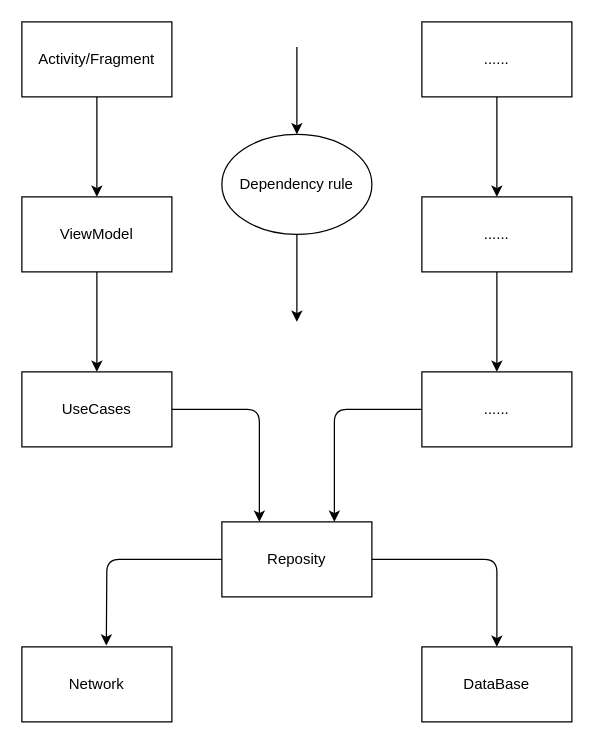
This is Untitled Diagram.drawio from whereareu/StepByStep, a draw.io file, before an edit. Source tidied: cells renumbered, new cells numbered last; positions are measured from the earlier drawing's top-left corner, leaving out a move shared by most shapes. Both pictures are drawn from the tidied source at 125%, with x=0, y=0 at pixel (21, 21).
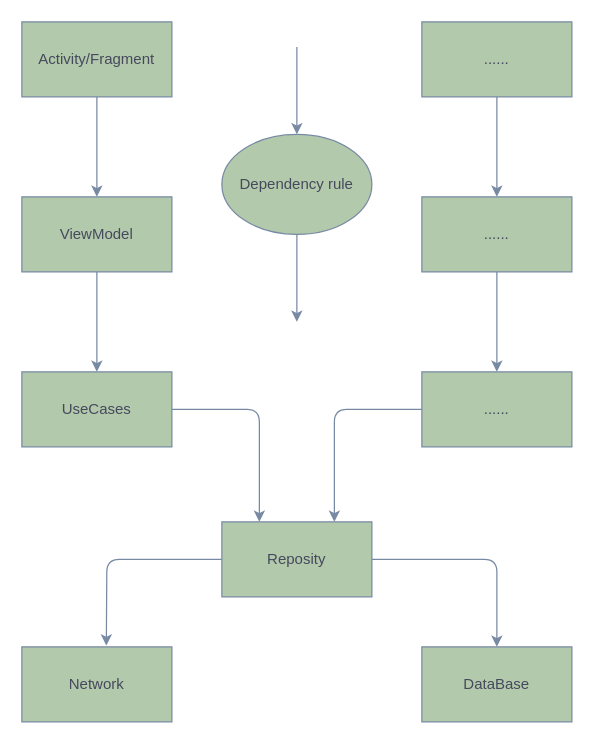
The same diagram, later.

What changed in the source:
```diff
@@
-    <mxCell id="2" value="Network" style="rounded=0;whiteSpace=wrap;html=1;" parent="1" vertex="1">
+    <mxCell id="2" value="Network" style="rounded=0;whiteSpace=wrap;html=1;fillColor=#B2C9AB;strokeColor=#788AA3;fontColor=#46495D;" parent="1" vertex="1">
       <mxGeometry y="500" width="120" height="60" as="geometry" />
     </mxCell>
-    <mxCell id="3" value="DataBase" style="rounded=0;whiteSpace=wrap;html=1;" parent="1" vertex="1">
+    <mxCell id="3" value="DataBase" style="rounded=0;whiteSpace=wrap;html=1;fillColor=#B2C9AB;strokeColor=#788AA3;fontColor=#46495D;" parent="1" vertex="1">
       <mxGeometry x="320" y="500" width="120" height="60" as="geometry" />
     </mxCell>
-    <mxCell id="4" value="Reposity" style="rounded=0;whiteSpace=wrap;html=1;" parent="1" vertex="1">
+    <mxCell id="4" value="Reposity" style="rounded=0;whiteSpace=wrap;html=1;fillColor=#B2C9AB;strokeColor=#788AA3;fontColor=#46495D;" parent="1" vertex="1">
       <mxGeometry x="160" y="400" width="120" height="60" as="geometry" />
     </mxCell>
-    <mxCell id="5" style="endArrow=classic;html=1;exitX=1;exitY=0.5;exitDx=0;exitDy=0;entryX=0.5;entryY=0;entryDx=0;entryDy=0;" parent="1" edge="1" source="4" target="3">
+    <mxCell id="5" style="endArrow=classic;html=1;exitX=1;exitY=0.5;exitDx=0;exitDy=0;entryX=0.5;entryY=0;entryDx=0;entryDy=0;strokeColor=#788AA3;fontColor=#46495D;" parent="1" edge="1" source="4" target="3">
       <mxGeometry relative="1" as="geometry">
         <Array as="points">
           <mxPoint x="380" y="430" />
         </Array>
       </mxGeometry>
     </mxCell>
-    <mxCell id="6" style="endArrow=classic;html=1;exitX=0;exitY=0.5;exitDx=0;exitDy=0;entryX=0.563;entryY=-0.017;entryDx=0;entryDy=0;entryPerimeter=0;" parent="1" edge="1" source="4" target="2">
+    <mxCell id="6" style="endArrow=classic;html=1;exitX=0;exitY=0.5;exitDx=0;exitDy=0;entryX=0.563;entryY=-0.017;entryDx=0;entryDy=0;entryPerimeter=0;strokeColor=#788AA3;fontColor=#46495D;" parent="1" edge="1" source="4" target="2">
       <mxGeometry relative="1" as="geometry">
         <Array as="points">
           <mxPoint x="68" y="430" />
         </Array>
       </mxGeometry>
     </mxCell>
-    <mxCell id="7" value="UseCases" style="rounded=0;whiteSpace=wrap;html=1;" parent="1" vertex="1">
+    <mxCell id="7" value="UseCases" style="rounded=0;whiteSpace=wrap;html=1;fillColor=#B2C9AB;strokeColor=#788AA3;fontColor=#46495D;" parent="1" vertex="1">
       <mxGeometry y="280" width="120" height="60" as="geometry" />
     </mxCell>
-    <mxCell id="8" value="......" style="rounded=0;whiteSpace=wrap;html=1;" parent="1" vertex="1">
+    <mxCell id="8" value="......" style="rounded=0;whiteSpace=wrap;html=1;fillColor=#B2C9AB;strokeColor=#788AA3;fontColor=#46495D;" parent="1" vertex="1">
       <mxGeometry x="320" y="280" width="120" height="60" as="geometry" />
     </mxCell>
-    <mxCell id="9" style="endArrow=classic;html=1;exitX=0;exitY=0.5;exitDx=0;exitDy=0;entryX=0.75;entryY=0;entryDx=0;entryDy=0;" parent="1" edge="1" source="8" target="4">
+    <mxCell id="9" style="endArrow=classic;html=1;exitX=0;exitY=0.5;exitDx=0;exitDy=0;entryX=0.75;entryY=0;entryDx=0;entryDy=0;strokeColor=#788AA3;fontColor=#46495D;" parent="1" edge="1" source="8" target="4">
       <mxGeometry relative="1" as="geometry">
         <Array as="points">
           <mxPoint x="250" y="310" />
         </Array>
       </mxGeometry>
     </mxCell>
-    <mxCell id="10" style="endArrow=classic;html=1;exitX=1;exitY=0.5;exitDx=0;exitDy=0;entryX=0.25;entryY=0;entryDx=0;entryDy=0;" parent="1" edge="1" source="7" target="4">
+    <mxCell id="10" style="endArrow=classic;html=1;exitX=1;exitY=0.5;exitDx=0;exitDy=0;entryX=0.25;entryY=0;entryDx=0;entryDy=0;strokeColor=#788AA3;fontColor=#46495D;" parent="1" edge="1" source="7" target="4">
       <mxGeometry relative="1" as="geometry">
         <Array as="points">
           <mxPoint x="190" y="310" />
         </Array>
       </mxGeometry>
     </mxCell>
-    <mxCell id="11" value="......" style="rounded=0;whiteSpace=wrap;html=1;" parent="1" vertex="1">
+    <mxCell id="11" value="......" style="rounded=0;whiteSpace=wrap;html=1;fillColor=#B2C9AB;strokeColor=#788AA3;fontColor=#46495D;" parent="1" vertex="1">
       <mxGeometry x="320" y="140" width="120" height="60" as="geometry" />
     </mxCell>
-    <mxCell id="12" value="ViewModel" style="rounded=0;whiteSpace=wrap;html=1;" parent="1" vertex="1">
+    <mxCell id="12" value="ViewModel" style="rounded=0;whiteSpace=wrap;html=1;fillColor=#B2C9AB;strokeColor=#788AA3;fontColor=#46495D;" parent="1" vertex="1">
       <mxGeometry y="140" width="120" height="60" as="geometry" />
     </mxCell>
-    <mxCell id="13" value="&lt;span&gt;Activity/Fragment&lt;/span&gt;" style="rounded=0;whiteSpace=wrap;html=1;" parent="1" vertex="1">
+    <mxCell id="13" value="&lt;span&gt;Activity/Fragment&lt;/span&gt;" style="rounded=0;whiteSpace=wrap;html=1;fillColor=#B2C9AB;strokeColor=#788AA3;fontColor=#46495D;" parent="1" vertex="1">
       <mxGeometry width="120" height="60" as="geometry" />
     </mxCell>
-    <mxCell id="14" value="......" style="rounded=0;whiteSpace=wrap;html=1;" parent="1" vertex="1">
+    <mxCell id="14" value="......" style="rounded=0;whiteSpace=wrap;html=1;fillColor=#B2C9AB;strokeColor=#788AA3;fontColor=#46495D;" parent="1" vertex="1">
       <mxGeometry x="320" width="120" height="60" as="geometry" />
     </mxCell>
-    <mxCell id="15" style="endArrow=classic;html=1;exitX=0.5;exitY=1;exitDx=0;exitDy=0;entryX=0.5;entryY=0;entryDx=0;entryDy=0;" parent="1" edge="1" source="14" target="11">
+    <mxCell id="15" style="endArrow=classic;html=1;exitX=0.5;exitY=1;exitDx=0;exitDy=0;entryX=0.5;entryY=0;entryDx=0;entryDy=0;strokeColor=#788AA3;fontColor=#46495D;" parent="1" edge="1" source="14" target="11">
       <mxGeometry relative="1" as="geometry" />
     </mxCell>
-    <mxCell id="16" style="endArrow=classic;html=1;exitX=0.5;exitY=1;exitDx=0;exitDy=0;entryX=0.5;entryY=0;entryDx=0;entryDy=0;" parent="1" edge="1" source="13" target="12">
+    <mxCell id="16" style="endArrow=classic;html=1;exitX=0.5;exitY=1;exitDx=0;exitDy=0;entryX=0.5;entryY=0;entryDx=0;entryDy=0;strokeColor=#788AA3;fontColor=#46495D;" parent="1" edge="1" source="13" target="12">
       <mxGeometry relative="1" as="geometry" />
     </mxCell>
-    <mxCell id="17" style="endArrow=classic;html=1;exitX=0.5;exitY=1;exitDx=0;exitDy=0;entryX=0.5;entryY=0;entryDx=0;entryDy=0;" parent="1" edge="1" source="12" target="7">
+    <mxCell id="17" style="endArrow=classic;html=1;exitX=0.5;exitY=1;exitDx=0;exitDy=0;entryX=0.5;entryY=0;entryDx=0;entryDy=0;strokeColor=#788AA3;fontColor=#46495D;" parent="1" edge="1" source="12" target="7">
       <mxGeometry relative="1" as="geometry" />
     </mxCell>
-    <mxCell id="18" style="endArrow=classic;html=1;exitX=0.5;exitY=1;exitDx=0;exitDy=0;entryX=0.5;entryY=0;entryDx=0;entryDy=0;" parent="1" edge="1" source="11" target="8">
+    <mxCell id="18" style="endArrow=classic;html=1;exitX=0.5;exitY=1;exitDx=0;exitDy=0;entryX=0.5;entryY=0;entryDx=0;entryDy=0;strokeColor=#788AA3;fontColor=#46495D;" parent="1" edge="1" source="11" target="8">
       <mxGeometry relative="1" as="geometry" />
     </mxCell>
-    <mxCell id="19" value="Dependency rule" style="ellipse;whiteSpace=wrap;html=1;" parent="1" vertex="1">
+    <mxCell id="19" value="Dependency rule" style="ellipse;whiteSpace=wrap;html=1;fillColor=#B2C9AB;strokeColor=#788AA3;fontColor=#46495D;" parent="1" vertex="1">
       <mxGeometry x="160" y="90" width="120" height="80" as="geometry" />
     </mxCell>
-    <mxCell id="20" style="endArrow=classic;html=1;exitX=0.5;exitY=1;exitDx=0;exitDy=0;" parent="1" edge="1" source="19">
+    <mxCell id="20" style="endArrow=classic;html=1;exitX=0.5;exitY=1;exitDx=0;exitDy=0;strokeColor=#788AA3;fontColor=#46495D;" parent="1" edge="1" source="19">
       <mxGeometry relative="1" as="geometry">
         <mxPoint x="220" y="240" as="targetPoint" />
       </mxGeometry>
     </mxCell>
-    <mxCell id="21" style="endArrow=classic;html=1;entryX=0.5;entryY=0;entryDx=0;entryDy=0;" parent="1" edge="1" target="19">
+    <mxCell id="21" style="endArrow=classic;html=1;entryX=0.5;entryY=0;entryDx=0;entryDy=0;strokeColor=#788AA3;fontColor=#46495D;" parent="1" edge="1" target="19">
       <mxGeometry relative="1" as="geometry">
         <mxPoint x="220" y="20" as="sourcePoint" />
       </mxGeometry>
     </mxCell>
```
